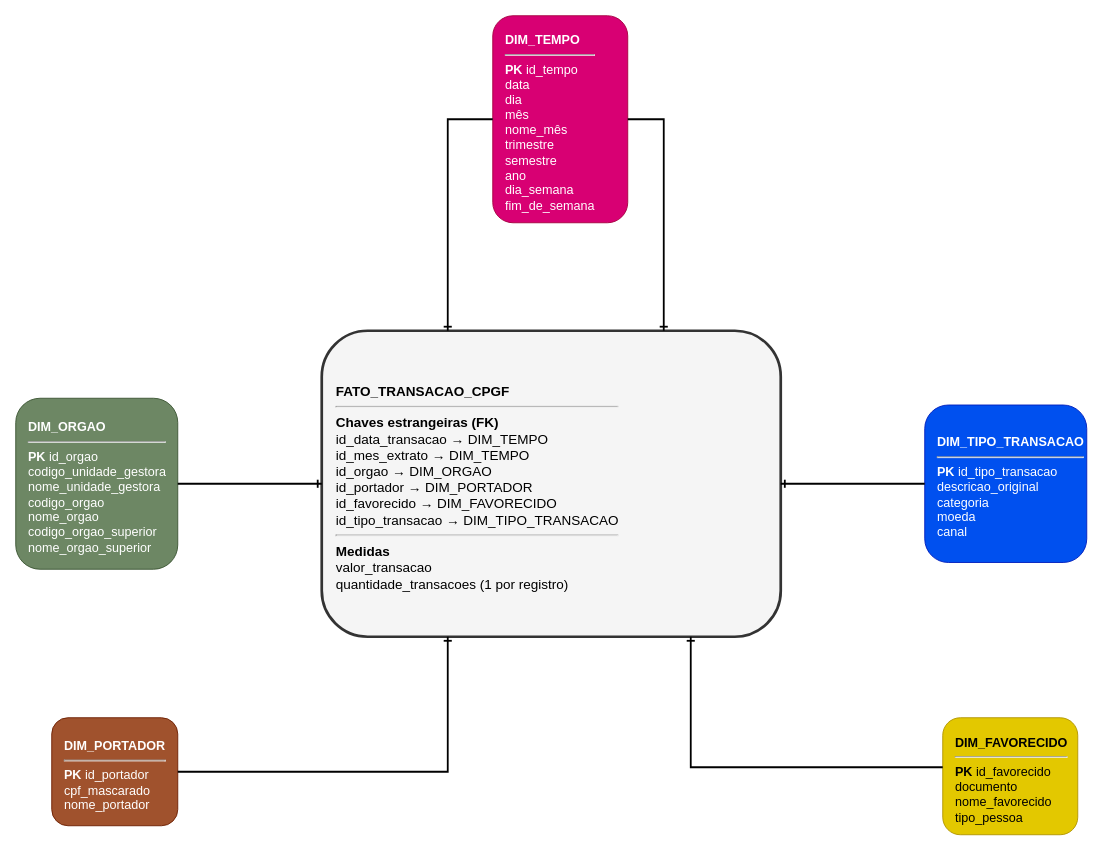
Earlier version of the draw.io diagram docs/diagrams/diagrama-estrela.drawio (fagpaf/projeto-integracao-dw). Source tidied: cells renumbered, new cells numbered last; positions are measured from the earlier drawing's top-left corner, leaving out a move shared by most shapes. Both pictures are drawn from the tidied source at 90%, with x=0, y=0 at pixel (15, 15).
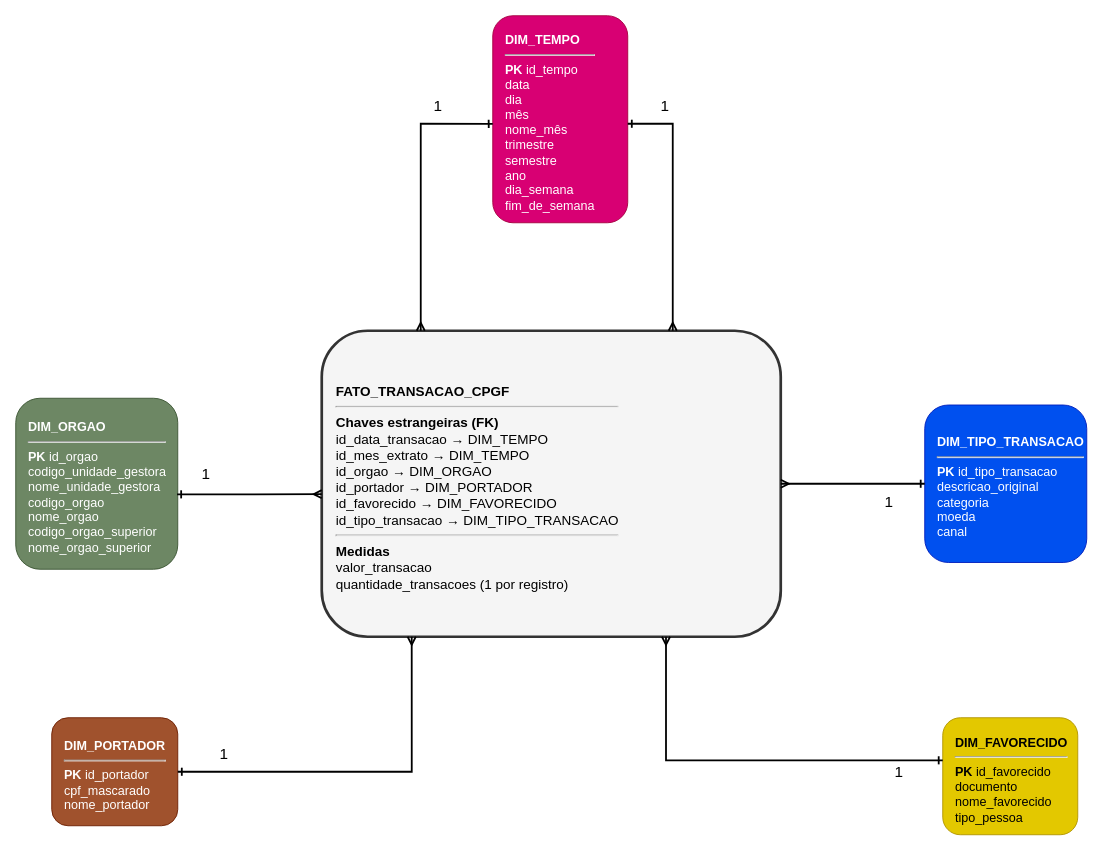
The same diagram, later.

Unchanged cells that the change refers to:
```xml
<mxCell id="2" value="&lt;b&gt;DIM_TEMPO&lt;/b&gt;&lt;hr&gt;&lt;b&gt;PK&lt;/b&gt; id_tempo&lt;br&gt;data&lt;br&gt;dia&lt;br&gt;mês&lt;br&gt;nome_mês&lt;br&gt;trimestre&lt;br&gt;semestre&lt;br&gt;ano&lt;br&gt;dia_semana&lt;br&gt;fim_de_semana" style="rounded=1;whiteSpace=wrap;html=1;fillColor=#d80073;strokeColor=#A50040;fontSize=14;align=left;spacingLeft=12;spacingTop=8;fontColor=#ffffff;" parent="1" vertex="1">
  <mxGeometry x="530" width="150" height="230" as="geometry" />
</mxCell>
<mxCell id="3" value="&lt;b&gt;DIM_ORGAO&lt;/b&gt;&lt;hr&gt;&lt;b&gt;PK&lt;/b&gt; id_orgao&lt;br&gt;codigo_unidade_gestora&lt;br&gt;nome_unidade_gestora&lt;br&gt;codigo_orgao&lt;br&gt;nome_orgao&lt;br&gt;codigo_orgao_superior&lt;br&gt;nome_orgao_superior" style="rounded=1;whiteSpace=wrap;html=1;fillColor=#6d8764;strokeColor=#3A5431;fontSize=14;align=left;spacingLeft=12;spacingTop=8;fontColor=#ffffff;" parent="1" vertex="1">
  <mxGeometry y="425" width="180" height="190" as="geometry" />
</mxCell>
<mxCell id="4" value="&lt;b&gt;DIM_PORTADOR&lt;/b&gt;&lt;hr&gt;&lt;b&gt;PK&lt;/b&gt; id_portador&lt;br&gt;cpf_mascarado&lt;br&gt;nome_portador" style="rounded=1;whiteSpace=wrap;html=1;fillColor=#a0522d;strokeColor=#6D1F00;fontSize=14;align=left;spacingLeft=12;spacingTop=8;fontColor=#ffffff;" parent="1" vertex="1">
  <mxGeometry x="40" y="780" width="140" height="120" as="geometry" />
</mxCell>
<mxCell id="5" value="&lt;b&gt;DIM_FAVORECIDO&lt;/b&gt;&lt;hr&gt;&lt;b&gt;PK&lt;/b&gt; id_favorecido&lt;br&gt;documento&lt;br&gt;nome_favorecido&lt;br&gt;tipo_pessoa" style="rounded=1;whiteSpace=wrap;html=1;fillColor=#e3c800;strokeColor=#B09500;fontSize=14;align=left;spacingLeft=12;spacingTop=8;fontColor=#000000;" parent="1" vertex="1">
  <mxGeometry x="1030" y="780" width="150" height="130" as="geometry" />
</mxCell>
<mxCell id="6" value="&lt;b&gt;DIM_TIPO_TRANSACAO&lt;/b&gt;&lt;hr&gt;&lt;b&gt;PK&lt;/b&gt; id_tipo_transacao&lt;br&gt;descricao_original&lt;br&gt;categoria&lt;br&gt;moeda&lt;br&gt;canal" style="rounded=1;whiteSpace=wrap;html=1;fillColor=#0050ef;strokeColor=#001DBC;fontSize=14;align=left;spacingLeft=12;spacingTop=8;fontColor=#ffffff;" parent="1" vertex="1">
  <mxGeometry x="1010" y="432.5" width="180" height="175" as="geometry" />
</mxCell>
<mxCell id="7" value="&lt;b&gt;FATO_TRANSACAO_CPGF&lt;/b&gt;&lt;hr&gt;&lt;b&gt;Chaves estrangeiras (FK)&lt;/b&gt;&lt;br&gt;id_data_transacao → DIM_TEMPO&lt;br&gt;id_mes_extrato → DIM_TEMPO&lt;br&gt;id_orgao → DIM_ORGAO&lt;br&gt;id_portador → DIM_PORTADOR&lt;br&gt;id_favorecido → DIM_FAVORECIDO&lt;br&gt;id_tipo_transacao → DIM_TIPO_TRANSACAO&lt;hr&gt;&lt;b&gt;Medidas&lt;/b&gt;&lt;br&gt;valor_transacao&lt;br&gt;quantidade_transacoes (1 por registro)" style="rounded=1;whiteSpace=wrap;html=1;fillColor=#f5f5f5;strokeColor=#333333;strokeWidth=3;fontSize=15;align=left;spacingLeft=14;spacingTop=8;" parent="1" vertex="1">
  <mxGeometry x="340" y="350" width="510" height="340" as="geometry" />
</mxCell>
```

The edit, as a diff of the source:
```diff
@@
-    <mxCell id="8" style="edgeStyle=orthogonalEdgeStyle;rounded=0;jettySize=auto;html=1;endArrow=ERone;endFill=1;strokeWidth=2;fontSize=12;labelBackgroundColor=#ffffff;" parent="1" edge="1" source="2" target="7">
-      <mxGeometry relative="1" as="geometry">
-        <Array as="points">
-          <mxPoint x="480" y="310" />
-          <mxPoint x="480" y="310" />
-        </Array>
-      </mxGeometry>
-    </mxCell>
-    <mxCell id="9" style="edgeStyle=orthogonalEdgeStyle;rounded=0;jettySize=auto;html=1;endArrow=ERone;endFill=1;strokeWidth=2;fontSize=12;labelBackgroundColor=#ffffff;" parent="1" edge="1" source="2" target="7">
-      <mxGeometry relative="1" as="geometry">
-        <Array as="points">
-          <mxPoint x="720" y="310" />
-          <mxPoint x="720" y="310" />
-        </Array>
-      </mxGeometry>
-    </mxCell>
+    <mxCell id="14" style="edgeStyle=orthogonalEdgeStyle;rounded=0;orthogonalLoop=1;jettySize=auto;html=1;endArrow=ERmany;endFill=0;strokeWidth=2;fontSize=17;labelBackgroundColor=light-dark(#FFFFFF,#000000);startArrow=ERone;startFill=0;exitX=1;exitY=0.5;exitDx=0;exitDy=0;" parent="1" edge="1">
+      <mxGeometry x="-0.01" relative="1" as="geometry">
+        <mxPoint x="680" y="120" as="sourcePoint" />
+        <mxPoint x="730" y="350" as="targetPoint" />
+        <Array as="points">
+          <mxPoint x="730" y="120" />
+        </Array>
+      </mxGeometry>
+    </mxCell>
+    <mxCell id="15" value="1" style="edgeLabel;html=1;align=center;verticalAlign=middle;inheritText=1;fontSize=17;labelBackgroundColor=light-dark(#FFFFFF,#000000);" parent="14" vertex="1">
+      <mxGeometry x="-0.78" y="2" relative="1" as="geometry">
+        <mxPoint x="9" y="-18" as="offset" />
+      </mxGeometry>
+    </mxCell>
+    <mxCell id="12" style="edgeStyle=orthogonalEdgeStyle;rounded=0;jettySize=auto;html=1;endArrow=ERmany;endFill=0;strokeWidth=2;fontSize=17;labelBackgroundColor=light-dark(#FFFFFF,#000000);startArrow=ERone;startFill=0;entryX=0.75;entryY=1;entryDx=0;entryDy=0;" parent="1" edge="1" source="5" target="7">
+      <mxGeometry x="0.39" relative="1" as="geometry">
+        <Array as="points">
+          <mxPoint x="722.5" y="827.3" />
+        </Array>
+      </mxGeometry>
+    </mxCell>
+    <mxCell id="16" value="1" style="edgeLabel;html=1;align=center;verticalAlign=middle;inheritText=1;fontSize=17;labelBackgroundColor=light-dark(#FFFFFF,#000000);" parent="12" vertex="1">
+      <mxGeometry x="-0.67" y="2" relative="1" as="geometry">
+        <mxPoint x="23" y="11" as="offset" />
+      </mxGeometry>
+    </mxCell>
+    <mxCell id="11" style="edgeStyle=orthogonalEdgeStyle;rounded=0;jettySize=auto;html=1;endArrow=ERmany;endFill=0;strokeWidth=2;fontSize=17;labelBackgroundColor=light-dark(#FFFFFF,#000000);startArrow=ERone;startFill=0;entryX=0.196;entryY=1;entryDx=0;entryDy=0;entryPerimeter=0;exitX=1;exitY=0.5;exitDx=0;exitDy=0;" parent="1" edge="1" source="4" target="7">
+      <mxGeometry x="-0.11" relative="1" as="geometry" />
+    </mxCell>
+    <mxCell id="17" value="1" style="edgeLabel;html=1;align=center;verticalAlign=middle;inheritText=1;fontSize=17;labelBackgroundColor=light-dark(#FFFFFF,#000000);" parent="11" vertex="1">
+      <mxGeometry x="-0.82" y="2" relative="1" as="geometry">
+        <mxPoint x="13" y="-18" as="offset" />
+      </mxGeometry>
+    </mxCell>
-    <mxCell id="10" style="edgeStyle=orthogonalEdgeStyle;rounded=0;jettySize=auto;html=1;endArrow=ERone;endFill=1;strokeWidth=2;" parent="1" edge="1" source="3" target="7">
-      <mxGeometry relative="1" as="geometry" />
+    <mxCell id="10" style="edgeStyle=orthogonalEdgeStyle;rounded=0;jettySize=auto;html=1;endArrow=ERmany;endFill=0;strokeWidth=2;fontSize=17;labelBackgroundColor=light-dark(#FFFFFF,#000000);startArrow=ERone;startFill=0;exitX=0.996;exitY=0.562;exitDx=0;exitDy=0;entryX=0;entryY=0.534;entryDx=0;entryDy=0;entryPerimeter=0;exitPerimeter=0;" parent="1" edge="1" source="3" target="7">
+      <mxGeometry x="0.45" relative="1" as="geometry" />
     </mxCell>
-    <mxCell id="11" style="edgeStyle=orthogonalEdgeStyle;rounded=0;jettySize=auto;html=1;endArrow=ERone;endFill=1;strokeWidth=2;" parent="1" edge="1" source="4" target="7">
-      <mxGeometry x="0.32" relative="1" as="geometry">
-        <Array as="points">
-          <mxPoint x="480" y="840" />
-        </Array>
-      </mxGeometry>
-    </mxCell>
-    <mxCell id="12" style="edgeStyle=orthogonalEdgeStyle;rounded=0;jettySize=auto;html=1;endArrow=ERone;endFill=1;strokeWidth=2;" parent="1" edge="1" source="5" target="7">
-      <mxGeometry relative="1" as="geometry">
-        <Array as="points">
-          <mxPoint x="750" y="835" />
-        </Array>
-      </mxGeometry>
-    </mxCell>
-    <mxCell id="13" style="edgeStyle=orthogonalEdgeStyle;rounded=0;jettySize=auto;html=1;endArrow=ERone;endFill=1;strokeWidth=2;" parent="1" edge="1" source="6" target="7">
-      <mxGeometry relative="1" as="geometry" />
-    </mxCell>
+    <mxCell id="18" value="1" style="edgeLabel;html=1;align=center;verticalAlign=middle;inheritText=1;fontSize=17;labelBackgroundColor=light-dark(#FFFFFF,#000000);" parent="10" vertex="1">
+      <mxGeometry x="-0.64" y="2" relative="1" as="geometry">
+        <mxPoint x="2" y="-20" as="offset" />
+      </mxGeometry>
+    </mxCell>
+    <mxCell id="19" style="edgeStyle=orthogonalEdgeStyle;rounded=0;jettySize=auto;html=1;endArrow=ERmany;endFill=0;strokeWidth=2;fontSize=17;labelBackgroundColor=light-dark(#FFFFFF,#000000);startArrow=ERone;startFill=0;exitX=0;exitY=0.5;exitDx=0;exitDy=0;" parent="1" edge="1" source="6">
+      <mxGeometry x="0.32" relative="1" as="geometry">
+        <mxPoint x="850" y="520" as="targetPoint" />
+      </mxGeometry>
+    </mxCell>
+    <mxCell id="20" value="1" style="edgeLabel;html=1;align=center;verticalAlign=middle;inheritText=1;fontSize=17;labelBackgroundColor=light-dark(#FFFFFF,#000000);" parent="19" vertex="1">
+      <mxGeometry x="-0.78" y="2" relative="1" as="geometry">
+        <mxPoint x="-23" y="18" as="offset" />
+      </mxGeometry>
+    </mxCell>
+    <mxCell id="21" style="edgeStyle=orthogonalEdgeStyle;rounded=0;jettySize=auto;html=1;endArrow=ERmany;endFill=0;strokeWidth=2;fontSize=17;labelBackgroundColor=light-dark(#FFFFFF,#000000);startArrow=ERone;startFill=0;exitX=0;exitY=0.522;exitDx=0;exitDy=0;exitPerimeter=0;" parent="1" edge="1" source="2">
+      <mxGeometry x="0.08" relative="1" as="geometry">
+        <mxPoint x="450" y="350" as="targetPoint" />
+        <Array as="points">
+          <mxPoint x="526.7" y="120.1" />
+          <mxPoint x="450" y="120" />
+        </Array>
+      </mxGeometry>
+    </mxCell>
+    <mxCell id="22" value="1" style="edgeLabel;html=1;align=center;verticalAlign=middle;inheritText=1;fontSize=17;labelBackgroundColor=light-dark(#FFFFFF,#000000);" parent="21" vertex="1">
+      <mxGeometry x="-0.77" y="2" relative="1" as="geometry">
+        <mxPoint x="-25" y="-22" as="offset" />
+      </mxGeometry>
+    </mxCell>
```
